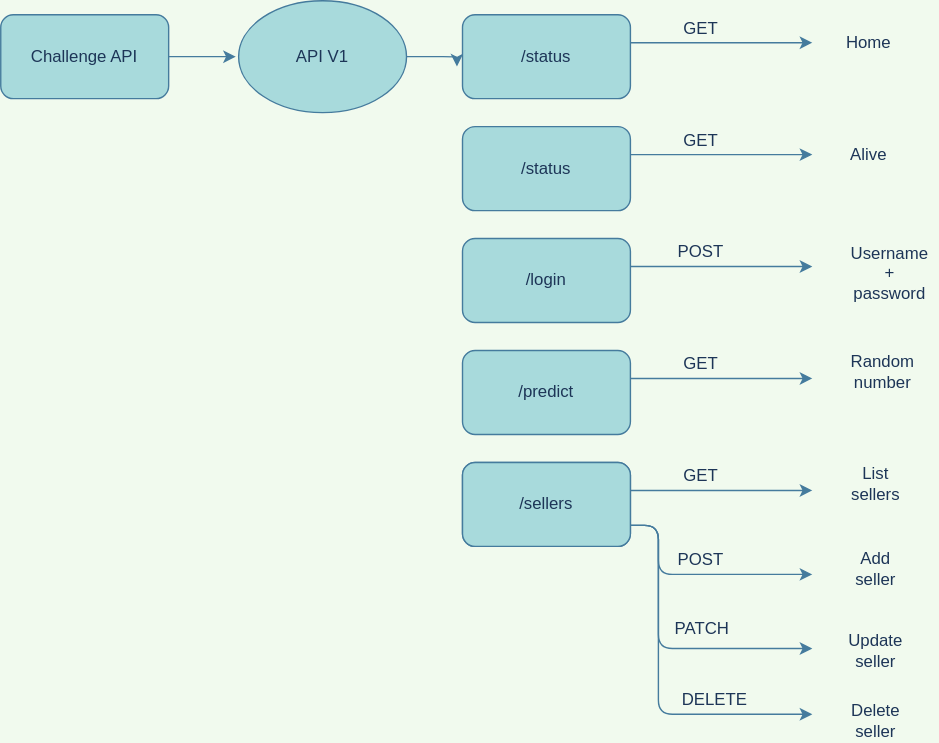
The draw.io diagram Api_UML.svg in Demesmaeker/API_learning_Flask, before a commit. Source tidied: cells renumbered, new cells last; positions are measured from the earlier drawing's top-left corner, leaving out a move shared by most shapes. The source it was exported from:
```xml
<mxGraphModel background="#F1FAEE">
  <root>
    <mxCell id="0" />
    <mxCell id="1" parent="0" />
    <mxCell id="2" style="edgeStyle=orthogonalEdgeStyle;rounded=1;jettySize=auto;html=1;exitX=1;exitY=0.5;exitDx=0;exitDy=0;strokeColor=#457B9D;fillColor=#A8DADC;fontColor=#1D3557;" parent="1" edge="1" source="3">
      <mxGeometry relative="1" as="geometry">
        <mxPoint x="168" y="40" as="targetPoint" />
      </mxGeometry>
    </mxCell>
    <mxCell id="3" value="Challenge API" style="whiteSpace=wrap;html=1;fillColor=#A8DADC;strokeColor=#457B9D;fontColor=#1D3557;rounded=1;" parent="1" vertex="1">
      <mxGeometry y="10" width="120" height="60" as="geometry" />
    </mxCell>
    <mxCell id="4" style="edgeStyle=orthogonalEdgeStyle;rounded=1;jettySize=auto;html=1;exitX=1;exitY=0.5;exitDx=0;exitDy=0;entryX=-0.033;entryY=0.617;entryDx=0;entryDy=0;strokeColor=#457B9D;fillColor=#A8DADC;fontColor=#1D3557;entryPerimeter=0;" parent="1" edge="1" source="5" target="32">
      <mxGeometry relative="1" as="geometry" />
    </mxCell>
    <mxCell id="5" value="API V1" style="ellipse;whiteSpace=wrap;html=1;fillColor=#A8DADC;strokeColor=#457B9D;fontColor=#1D3557;rounded=1;" parent="1" vertex="1">
      <mxGeometry x="170" width="120" height="80" as="geometry" />
    </mxCell>
    <mxCell id="6" value="/status" style="whiteSpace=wrap;html=1;fillColor=#A8DADC;strokeColor=#457B9D;fontColor=#1D3557;rounded=1;" parent="1" vertex="1">
      <mxGeometry x="330" y="90" width="120" height="60" as="geometry" />
    </mxCell>
    <mxCell id="7" style="edgeStyle=orthogonalEdgeStyle;jettySize=auto;html=1;exitX=1;exitY=0.75;exitDx=0;exitDy=0;labelBackgroundColor=#F1FAEE;strokeColor=#457B9D;fontColor=#1D3557;" parent="1" edge="1" source="8">
      <mxGeometry relative="1" as="geometry">
        <mxPoint x="580" y="410" as="targetPoint" />
        <Array as="points">
          <mxPoint x="470" y="375" />
          <mxPoint x="470" y="410" />
        </Array>
      </mxGeometry>
    </mxCell>
    <mxCell id="8" value="/seller" style="whiteSpace=wrap;html=1;fillColor=#A8DADC;strokeColor=#457B9D;fontColor=#1D3557;rounded=1;" parent="1" vertex="1">
      <mxGeometry x="330" y="330" width="120" height="60" as="geometry" />
    </mxCell>
    <mxCell id="9" value="/predict" style="whiteSpace=wrap;html=1;fillColor=#A8DADC;strokeColor=#457B9D;fontColor=#1D3557;rounded=1;" parent="1" vertex="1">
      <mxGeometry x="330" y="250" width="120" height="60" as="geometry" />
    </mxCell>
    <mxCell id="10" value="/login" style="whiteSpace=wrap;html=1;fillColor=#A8DADC;strokeColor=#457B9D;fontColor=#1D3557;rounded=1;" parent="1" vertex="1">
      <mxGeometry x="330" y="170" width="120" height="60" as="geometry" />
    </mxCell>
    <mxCell id="11" value="GET" style="text;html=1;align=center;verticalAlign=middle;fontColor=#1D3557;rounded=1;" parent="1" vertex="1">
      <mxGeometry x="480" y="90" width="40" height="20" as="geometry" />
    </mxCell>
    <mxCell id="12" value="GET" style="text;html=1;align=center;verticalAlign=middle;fontColor=#1D3557;rounded=1;" parent="1" vertex="1">
      <mxGeometry x="480" y="330" width="40" height="20" as="geometry" />
    </mxCell>
    <mxCell id="13" value="GET" style="text;html=1;align=center;verticalAlign=middle;fontColor=#1D3557;rounded=1;" parent="1" vertex="1">
      <mxGeometry x="480" y="250" width="40" height="20" as="geometry" />
    </mxCell>
    <mxCell id="14" value="POST" style="text;html=1;align=center;verticalAlign=middle;fontColor=#1D3557;rounded=1;" parent="1" vertex="1">
      <mxGeometry x="475" y="170" width="50" height="20" as="geometry" />
    </mxCell>
    <mxCell id="15" style="edgeStyle=orthogonalEdgeStyle;orthogonalLoop=1;jettySize=auto;html=1;exitX=1;exitY=0.25;exitDx=0;exitDy=0;labelBackgroundColor=#F1FAEE;strokeColor=#457B9D;fontColor=#1D3557;" parent="1" edge="1">
      <mxGeometry relative="1" as="geometry">
        <mxPoint x="450" y="110" as="sourcePoint" />
        <mxPoint x="580" y="110" as="targetPoint" />
      </mxGeometry>
    </mxCell>
    <mxCell id="16" style="edgeStyle=orthogonalEdgeStyle;orthogonalLoop=1;jettySize=auto;html=1;exitX=1;exitY=0.25;exitDx=0;exitDy=0;labelBackgroundColor=#F1FAEE;strokeColor=#457B9D;fontColor=#1D3557;" parent="1" edge="1">
      <mxGeometry relative="1" as="geometry">
        <mxPoint x="450" y="350" as="sourcePoint" />
        <mxPoint x="580" y="350" as="targetPoint" />
      </mxGeometry>
    </mxCell>
    <mxCell id="17" style="edgeStyle=orthogonalEdgeStyle;orthogonalLoop=1;jettySize=auto;html=1;exitX=1;exitY=0.25;exitDx=0;exitDy=0;labelBackgroundColor=#F1FAEE;strokeColor=#457B9D;fontColor=#1D3557;" parent="1" edge="1">
      <mxGeometry relative="1" as="geometry">
        <mxPoint x="450" y="270" as="sourcePoint" />
        <mxPoint x="580" y="270" as="targetPoint" />
      </mxGeometry>
    </mxCell>
    <mxCell id="18" style="edgeStyle=orthogonalEdgeStyle;orthogonalLoop=1;jettySize=auto;html=1;exitX=1;exitY=0.25;exitDx=0;exitDy=0;labelBackgroundColor=#F1FAEE;strokeColor=#457B9D;fontColor=#1D3557;" parent="1" edge="1">
      <mxGeometry relative="1" as="geometry">
        <mxPoint x="450" y="190" as="sourcePoint" />
        <mxPoint x="580" y="190" as="targetPoint" />
      </mxGeometry>
    </mxCell>
    <mxCell id="19" value="Alive" style="text;html=1;align=center;verticalAlign=middle;fontColor=#1D3557;rounded=1;" parent="1" vertex="1">
      <mxGeometry x="600" y="100" width="40" height="20" as="geometry" />
    </mxCell>
    <mxCell id="20" value="&lt;div&gt;Username&lt;/div&gt;&lt;div&gt;+&lt;/div&gt;&lt;div&gt;password&lt;br&gt;&lt;/div&gt;" style="text;html=1;align=center;verticalAlign=middle;fontColor=#1D3557;rounded=1;" parent="1" vertex="1">
      <mxGeometry x="600" y="170" width="70" height="50" as="geometry" />
    </mxCell>
    <mxCell id="21" value="&lt;div&gt;Random &lt;br&gt;&lt;/div&gt;&lt;div&gt;number&lt;/div&gt;" style="text;html=1;align=center;verticalAlign=middle;fontColor=#1D3557;rounded=1;" parent="1" vertex="1">
      <mxGeometry x="600" y="250" width="60" height="30" as="geometry" />
    </mxCell>
    <mxCell id="22" value="&lt;div&gt;List&lt;br&gt;&lt;/div&gt;&lt;div&gt;sellers&lt;br&gt;&lt;/div&gt;" style="text;html=1;align=center;verticalAlign=middle;fontColor=#1D3557;rounded=1;" parent="1" vertex="1">
      <mxGeometry x="600" y="330" width="50" height="30" as="geometry" />
    </mxCell>
    <mxCell id="23" value="POST" style="text;html=1;align=center;verticalAlign=middle;fontColor=#1D3557;rounded=1;" parent="1" vertex="1">
      <mxGeometry x="479" y="391" width="42" height="18" as="geometry" />
    </mxCell>
    <mxCell id="24" style="edgeStyle=orthogonalEdgeStyle;orthogonalLoop=1;jettySize=auto;html=1;exitX=1;exitY=0.75;exitDx=0;exitDy=0;labelBackgroundColor=#F1FAEE;strokeColor=#457B9D;fontColor=#1D3557;" parent="1" edge="1">
      <mxGeometry relative="1" as="geometry">
        <mxPoint x="450" y="375" as="sourcePoint" />
        <mxPoint x="580" y="463" as="targetPoint" />
        <Array as="points">
          <mxPoint x="470" y="375" />
          <mxPoint x="470" y="463" />
          <mxPoint x="580" y="463" />
        </Array>
      </mxGeometry>
    </mxCell>
    <mxCell id="25" value="&lt;div&gt;Update&lt;br&gt;&lt;/div&gt;&lt;div&gt;seller&lt;br&gt;&lt;/div&gt;" style="text;html=1;align=center;verticalAlign=middle;fontColor=#1D3557;rounded=1;" parent="1" vertex="1">
      <mxGeometry x="595" y="450" width="60" height="30" as="geometry" />
    </mxCell>
    <mxCell id="26" value="&lt;div&gt;Add&lt;br&gt;&lt;/div&gt;&lt;div&gt;seller&lt;br&gt;&lt;/div&gt;" style="text;html=1;align=center;verticalAlign=middle;fontColor=#1D3557;rounded=1;" parent="1" vertex="1">
      <mxGeometry x="600" y="391" width="50" height="30" as="geometry" />
    </mxCell>
    <mxCell id="27" value="PATCH" style="text;html=1;align=center;verticalAlign=middle;fontColor=#1D3557;rounded=1;" parent="1" vertex="1">
      <mxGeometry x="476" y="439" width="50" height="20" as="geometry" />
    </mxCell>
    <mxCell id="28" value="/sellers" style="whiteSpace=wrap;html=1;fillColor=#A8DADC;strokeColor=#457B9D;fontColor=#1D3557;rounded=1;" parent="1" vertex="1">
      <mxGeometry x="330" y="330" width="120" height="60" as="geometry" />
    </mxCell>
    <mxCell id="29" style="edgeStyle=orthogonalEdgeStyle;orthogonalLoop=1;jettySize=auto;html=1;exitX=1;exitY=0.75;exitDx=0;exitDy=0;labelBackgroundColor=#F1FAEE;strokeColor=#457B9D;fontColor=#1D3557;" parent="1" edge="1">
      <mxGeometry relative="1" as="geometry">
        <mxPoint x="450" y="375" as="sourcePoint" />
        <mxPoint x="580" y="510" as="targetPoint" />
        <Array as="points">
          <mxPoint x="470" y="375" />
          <mxPoint x="470" y="510" />
          <mxPoint x="580" y="510" />
        </Array>
      </mxGeometry>
    </mxCell>
    <mxCell id="30" value="&lt;div&gt;Delete&lt;br&gt;&lt;/div&gt;&lt;div&gt;seller&lt;/div&gt;" style="text;html=1;align=center;verticalAlign=middle;fontColor=#1D3557;rounded=1;" parent="1" vertex="1">
      <mxGeometry x="600" y="500" width="50" height="30" as="geometry" />
    </mxCell>
    <mxCell id="31" value="DELETE" style="text;html=1;align=center;verticalAlign=middle;fontColor=#1D3557;rounded=1;" parent="1" vertex="1">
      <mxGeometry x="480" y="490" width="60" height="20" as="geometry" />
    </mxCell>
    <mxCell id="32" value="/status" style="whiteSpace=wrap;html=1;fillColor=#A8DADC;strokeColor=#457B9D;fontColor=#1D3557;rounded=1;" parent="1" vertex="1">
      <mxGeometry x="330" y="10" width="120" height="60" as="geometry" />
    </mxCell>
    <mxCell id="33" value="GET" style="text;html=1;align=center;verticalAlign=middle;fontColor=#1D3557;rounded=1;" parent="1" vertex="1">
      <mxGeometry x="480" y="10" width="40" height="20" as="geometry" />
    </mxCell>
    <mxCell id="34" value="Home" style="text;html=1;align=center;verticalAlign=middle;fontColor=#1D3557;rounded=1;" parent="1" vertex="1">
      <mxGeometry x="595" y="20" width="50" height="20" as="geometry" />
    </mxCell>
    <mxCell id="35" style="edgeStyle=orthogonalEdgeStyle;orthogonalLoop=1;jettySize=auto;html=1;exitX=1;exitY=0.25;exitDx=0;exitDy=0;labelBackgroundColor=#F1FAEE;strokeColor=#457B9D;fontColor=#1D3557;" parent="1" edge="1">
      <mxGeometry relative="1" as="geometry">
        <mxPoint x="450" y="30" as="sourcePoint" />
        <mxPoint x="580" y="30" as="targetPoint" />
      </mxGeometry>
    </mxCell>
  </root>
</mxGraphModel>
```
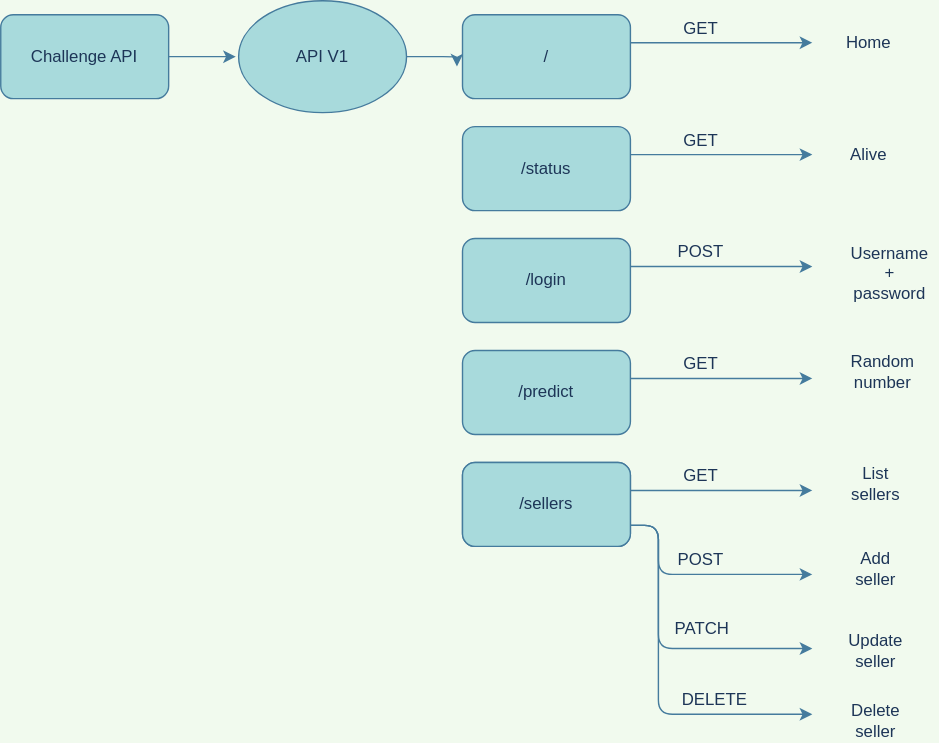
After the commit.

What changed in the source:
```diff
@@ -128,7 +128,7 @@
     <mxCell id="31" value="DELETE" style="text;html=1;align=center;verticalAlign=middle;fontColor=#1D3557;rounded=1;" parent="1" vertex="1">
       <mxGeometry x="480" y="490" width="60" height="20" as="geometry" />
     </mxCell>
-    <mxCell id="32" value="/status" style="whiteSpace=wrap;html=1;fillColor=#A8DADC;strokeColor=#457B9D;fontColor=#1D3557;rounded=1;" parent="1" vertex="1">
+    <mxCell id="32" value="/" style="whiteSpace=wrap;html=1;fillColor=#A8DADC;strokeColor=#457B9D;fontColor=#1D3557;rounded=1;" parent="1" vertex="1">
       <mxGeometry x="330" y="10" width="120" height="60" as="geometry" />
     </mxCell>
     <mxCell id="33" value="GET" style="text;html=1;align=center;verticalAlign=middle;fontColor=#1D3557;rounded=1;" parent="1" vertex="1">
```
